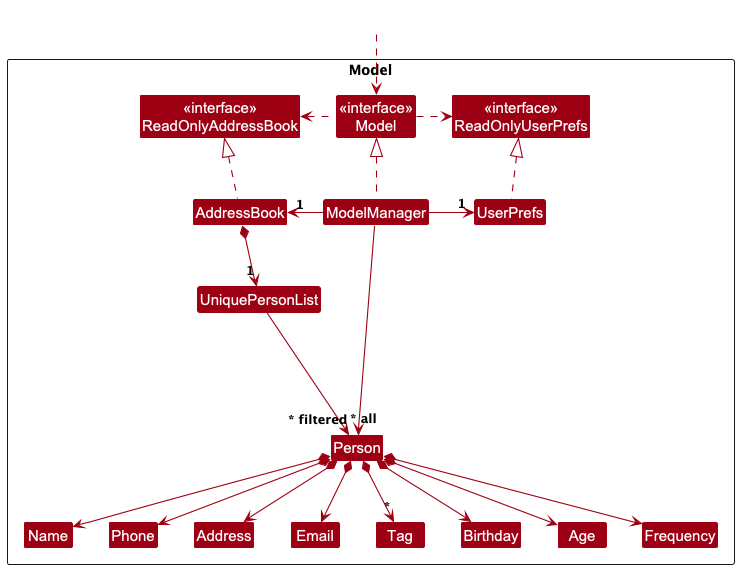
nus-cs2103-AY2425S1/tp keeps this PlantUML diagram as docs/images/ModelClassDiagram.png. Above is the earlier version.
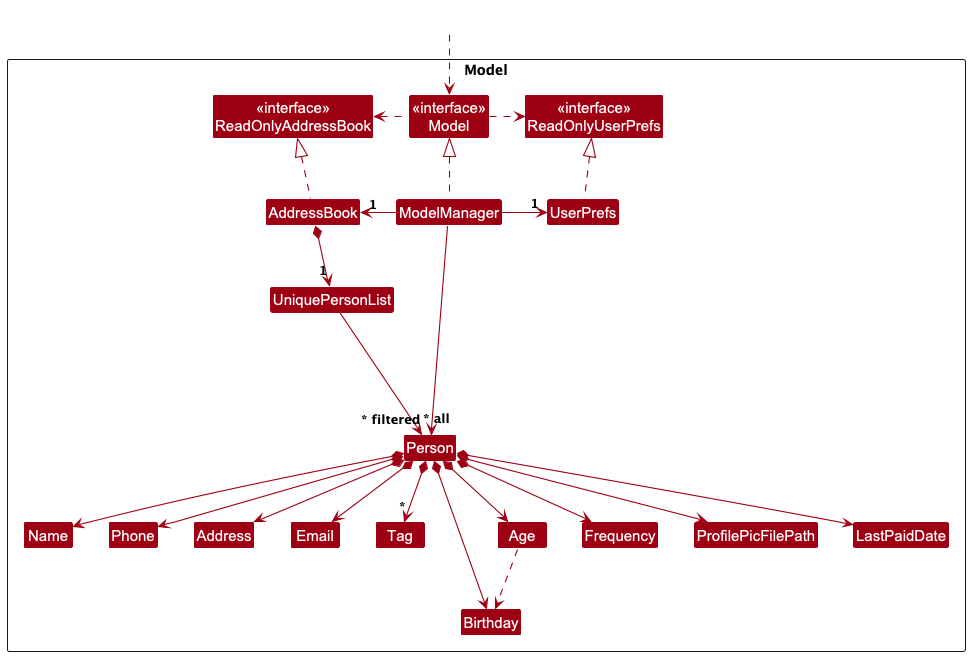
Above is the later version.

Commit message:
Replace old image

Change to the diagram source:
```diff
@@ -22,6 +22,8 @@
 Class Birthday
 Class Age
 Class Frequency
+Class ProfilePicFilePath
+Class LastPaidDate
 
 Class I #FFFFFF
 }
@@ -47,7 +49,10 @@
 Person *--> "*" Tag
 Person *--> Birthday
 Person *--> Age
+Age ..> Birthday
 Person *--> Frequency
+Person *--> ProfilePicFilePath
+Person *--> LastPaidDate
 
 Person -[hidden]up--> I
 UniquePersonList -[hidden]right-> I
```
